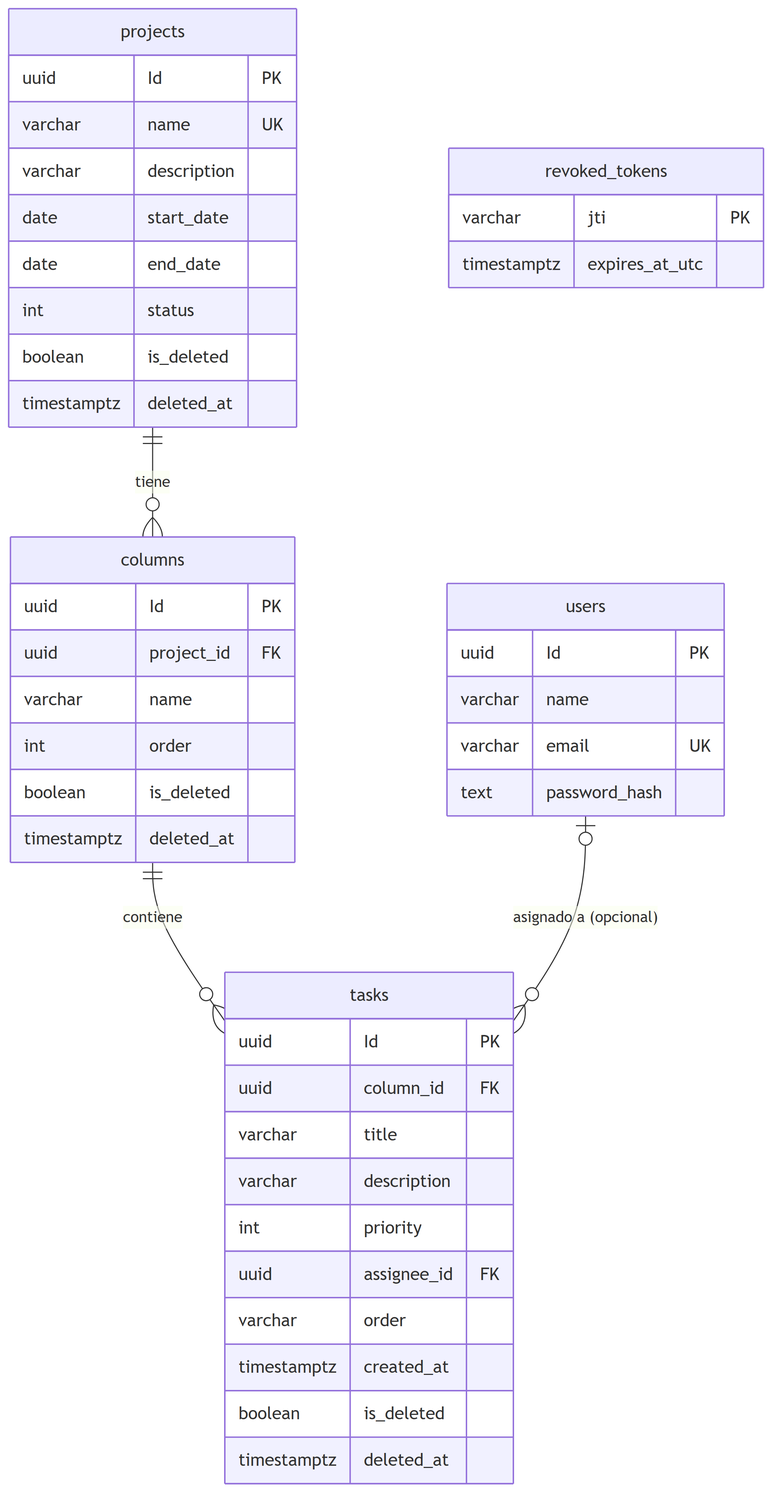
Earlier version of the Mermaid export docs/diagrams/erd.png (SantiagoRenteria/ideasgroup-fullstack-assessment-santiagorenteria). Its source is kept beside it as docs/diagrams/erd.mmd.
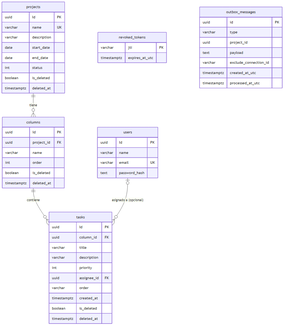
After the change.

Commit message:
docs: documentar el Outbox Pattern (ADR §24) y actualizar el ERD

Change to the diagram source:
```diff
@@ -39,6 +39,15 @@
         varchar jti PK
         timestamptz expires_at_utc
     }
+    outbox_messages {
+        uuid id PK
+        varchar type
+        uuid project_id
+        text payload
+        varchar exclude_connection_id
+        timestamptz created_at_utc
+        timestamptz processed_at_utc
+    }
 
     projects ||--o{ columns : tiene
     columns ||--o{ tasks : contiene
```
